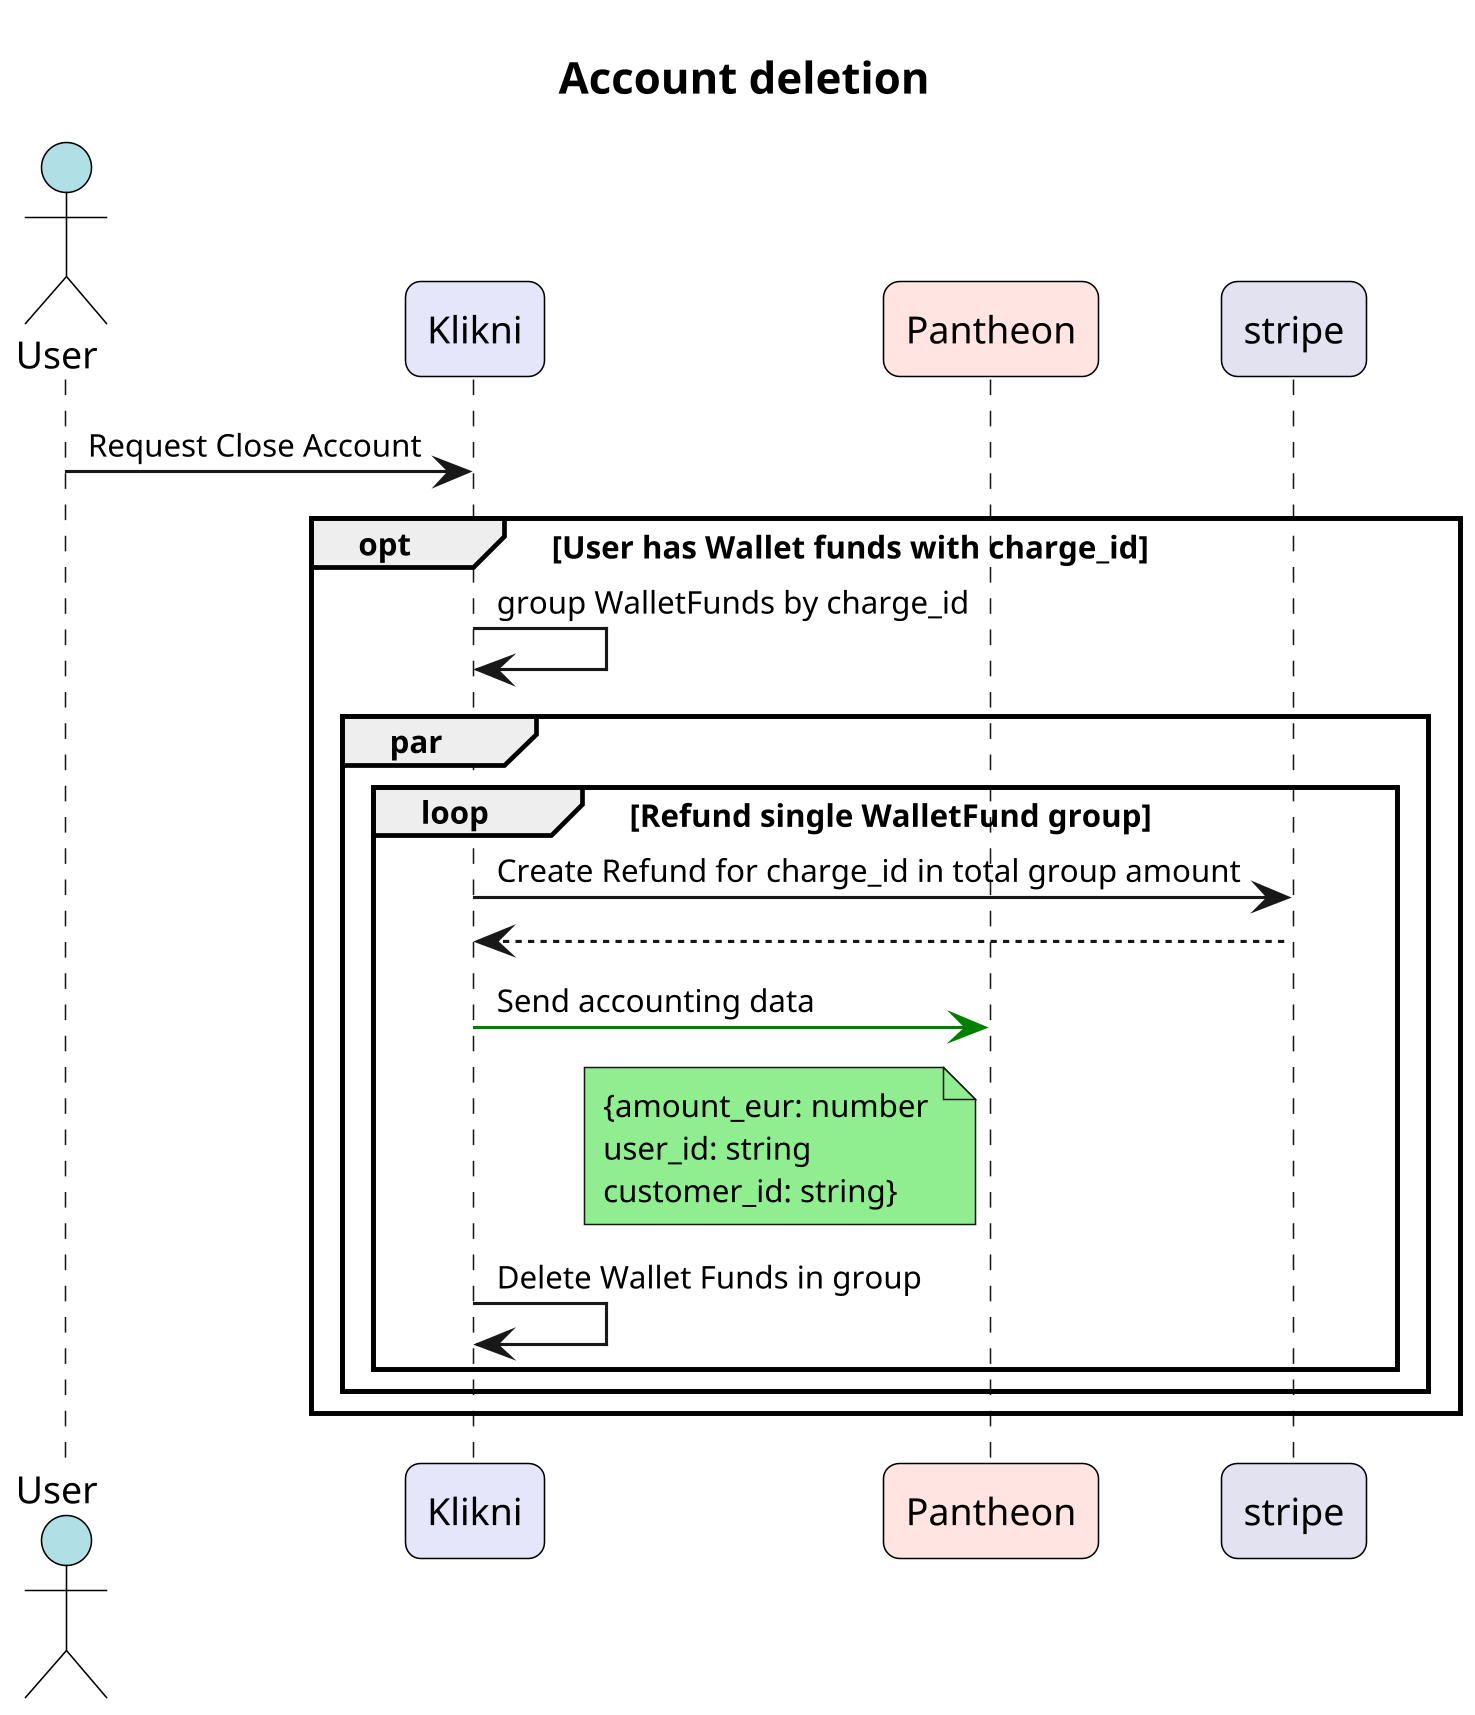
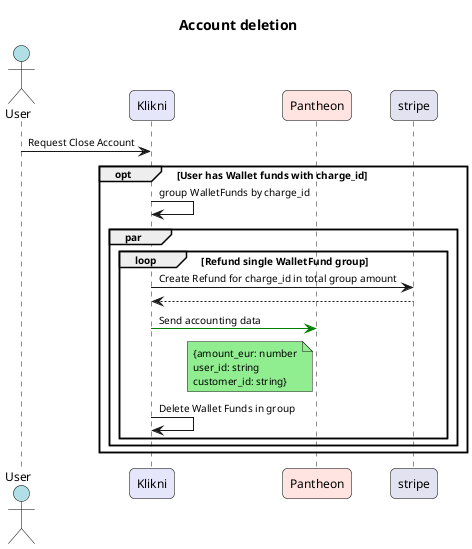
@startuml Klikni_Sequence_Diagram
title Account deletion
- 
- ' === Page / Resolution ===
- skinparam dpi 300
- skinparam pageWidth 2100
- ' skinparam pageHeight 1485

' === Compact Sequence Styling ===
skinparam defaultFontSize 10
skinparam sequence {
    MessageSpacing 15
    ParticipantSpacing 50
}

' === Actor / Participant Styling ===
skinparam actor {
    FontName Arial
    FontSize 12
    BorderColor Black
    BackgroundColor #ADD8E6
    RoundCorner 10
    MinWidth 120
    MinHeight 120
}

skinparam participant {
    FontName Arial
    FontSize 12
    BorderColor Black
    RoundCorner 10
    MinWidth 140
    MinHeight 100
}

' === Participant Colors ===
' Use stereotypes for coloring specific entities
actor User as user #B0E0E6
' actor Driver as driver #F0E68C
' actor Business as business #D3D3D3
participant Klikni as klikni #E6E6FA
' participant Stripe as stripe #FFDAB9
participant Pantheon as pantheon #FFE4E1


' === Sequence ===
user -> klikni: Request Close Account
opt User has Wallet funds with charge_id
    klikni->klikni: group WalletFunds by charge_id
    par
        loop Refund single WalletFund group
            klikni -> stripe: Create Refund for charge_id in total group amount
            klikni <-- stripe
            klikni -[#green]> pantheon: Send accounting data
            note left of pantheon #LightGreen
                {amount_eur: number
                user_id: string
                customer_id: string}
            end note
            klikni -> klikni: Delete Wallet Funds in group
        end loop
end par
end opt
@enduml
